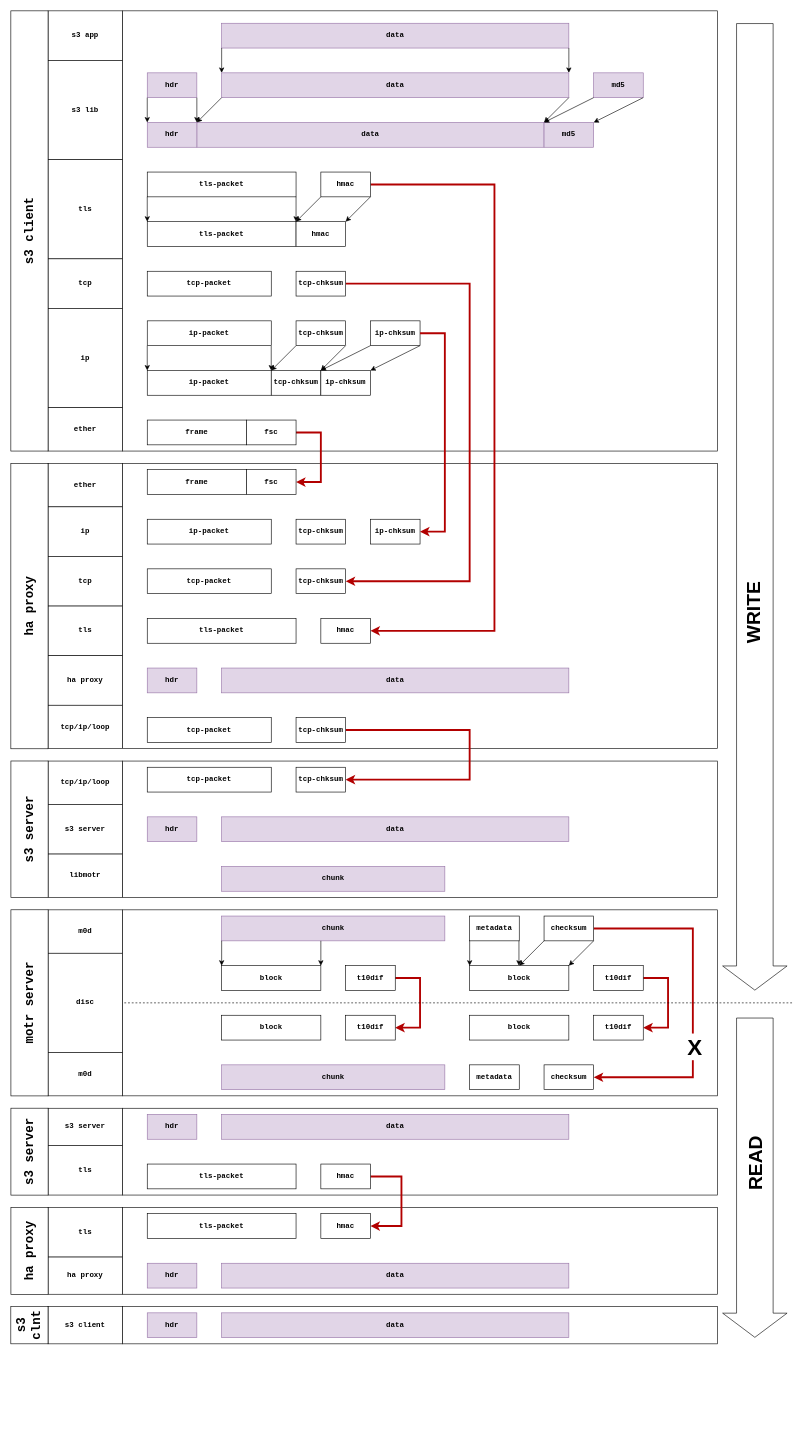
This is doc/integrity-r1.drawio from Seagate/cortx-motr, a draw.io file, before an edit. Source tidied: cells renumbered, new cells numbered last; positions are measured from the earlier drawing's top-left corner, leaving out a move shared by most shapes. Both pictures are drawn from the tidied source at 62%, with x=0, y=0 at pixel (-191, 11).
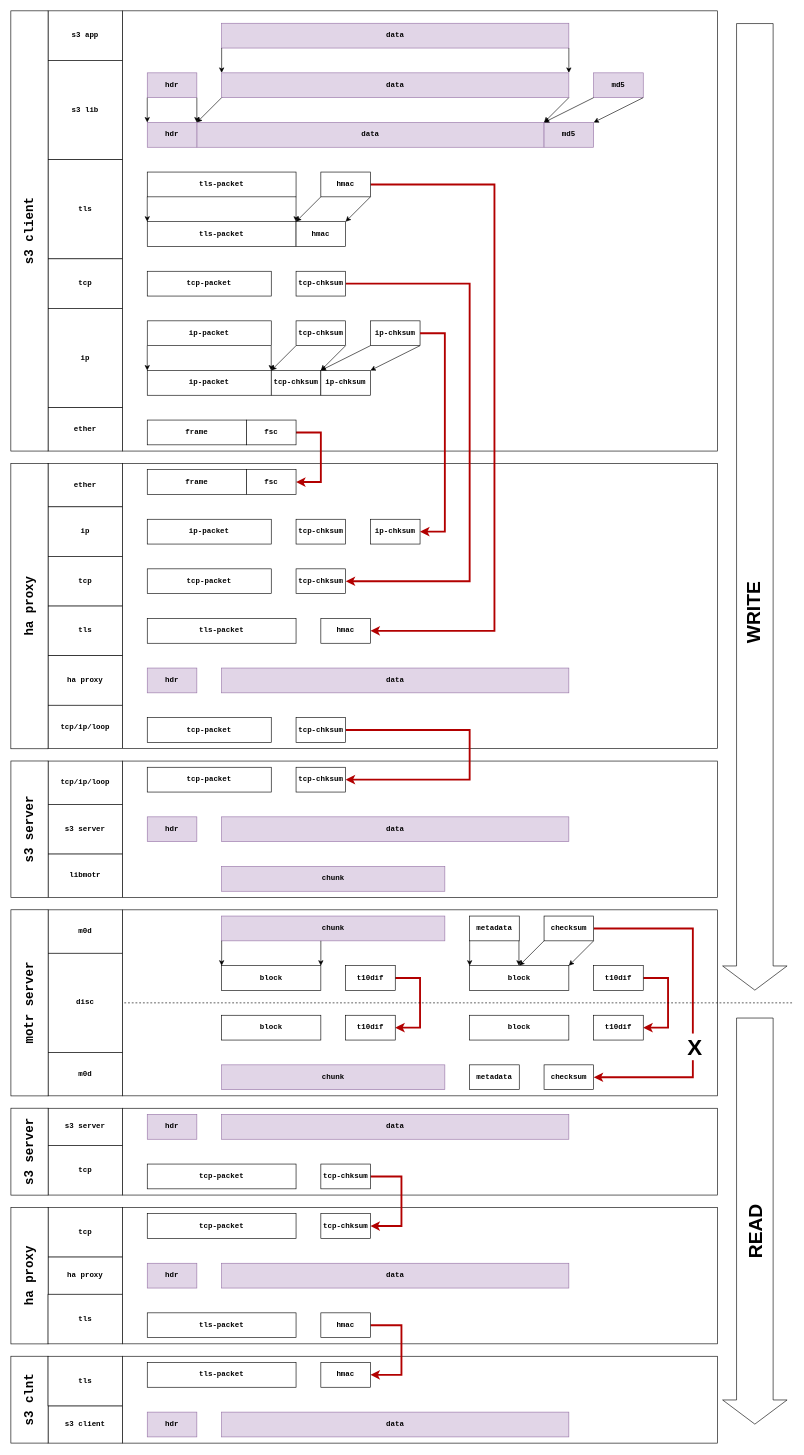
After the change.

Commit message (it also covers changes not shown here):
doc/integrity-r1.*: add tcp and tls to the read path.

Diff of the diagram source:
```diff
@@
     <mxCell id="2" style="rounded=0;whiteSpace=wrap;html=1;fontFamily=Courier New;" parent="1" vertex="1">
-      <mxGeometry x="505" y="1930" width="960" height="140" as="geometry" />
+      <mxGeometry x="505" y="1930" width="960" height="220" as="geometry" />
     </mxCell>
     <mxCell id="3" style="rounded=0;whiteSpace=wrap;html=1;fontFamily=Courier New;" parent="1" vertex="1">
-      <mxGeometry x="505" y="2090" width="960" height="60" as="geometry" />
+      <mxGeometry x="505" y="2170" width="960" height="140.1" as="geometry" />
     </mxCell>
@@
     <mxCell id="97" value="data" style="rounded=0;whiteSpace=wrap;html=1;fontFamily=Courier New;fontStyle=1;fillColor=#e1d5e7;strokeColor=#9673a6;" parent="1" vertex="1">
-      <mxGeometry x="665" y="2100" width="560" height="40" as="geometry" />
+      <mxGeometry x="665" y="2260.1" width="560" height="40" as="geometry" />
     </mxCell>
     <mxCell id="98" value="hdr" style="rounded=0;whiteSpace=wrap;html=1;fontFamily=Courier New;fontStyle=1;fillColor=#e1d5e7;strokeColor=#9673a6;" parent="1" vertex="1">
-      <mxGeometry x="545" y="2100" width="80" height="40" as="geometry" />
+      <mxGeometry x="545" y="2260.1" width="80" height="40" as="geometry" />
     </mxCell>
@@
     <mxCell id="118" value="&lt;b&gt;s3 client&lt;/b&gt;" style="rounded=0;whiteSpace=wrap;html=1;fontFamily=Courier New;" parent="1" vertex="1">
-      <mxGeometry x="385" y="2090" width="120" height="60" as="geometry" />
+      <mxGeometry x="385" y="2250.1" width="120" height="60" as="geometry" />
     </mxCell>
-    <mxCell id="119" value="tls-packet" style="rounded=0;whiteSpace=wrap;html=1;fontFamily=Courier New;fontStyle=1;" parent="1" vertex="1">
+    <mxCell id="119" value="tcp-packet" style="rounded=0;whiteSpace=wrap;html=1;fontFamily=Courier New;fontStyle=1;" parent="1" vertex="1">
       <mxGeometry x="545" y="1860" width="240" height="40" as="geometry" />
     </mxCell>
@@
-    <mxCell id="121" value="hmac" style="rounded=0;whiteSpace=wrap;html=1;fontFamily=Courier New;fontStyle=1;" parent="1" vertex="1">
+    <mxCell id="121" value="tcp-chksum" style="rounded=0;whiteSpace=wrap;html=1;fontFamily=Courier New;fontStyle=1;" parent="1" vertex="1">
       <mxGeometry x="825" y="1860" width="80" height="40" as="geometry" />
     </mxCell>
-    <mxCell id="122" value="tls-packet" style="rounded=0;whiteSpace=wrap;html=1;fontFamily=Courier New;fontStyle=1;" parent="1" vertex="1">
+    <mxCell id="122" value="tcp-packet" style="rounded=0;whiteSpace=wrap;html=1;fontFamily=Courier New;fontStyle=1;" parent="1" vertex="1">
       <mxGeometry x="545" y="1940" width="240" height="40" as="geometry" />
     </mxCell>
-    <mxCell id="123" value="hmac" style="rounded=0;whiteSpace=wrap;html=1;fontFamily=Courier New;fontStyle=1;" parent="1" vertex="1">
+    <mxCell id="123" value="tcp-chksum" style="rounded=0;whiteSpace=wrap;html=1;fontFamily=Courier New;fontStyle=1;" parent="1" vertex="1">
       <mxGeometry x="825" y="1940" width="80" height="40" as="geometry" />
     </mxCell>
-    <mxCell id="124" value="&lt;b&gt;tls&lt;/b&gt;" style="rounded=0;whiteSpace=wrap;html=1;fontFamily=Courier New;" parent="1" vertex="1">
+    <mxCell id="124" value="&lt;b&gt;tcp&lt;/b&gt;" style="rounded=0;whiteSpace=wrap;html=1;fontFamily=Courier New;" parent="1" vertex="1">
       <mxGeometry x="385" y="1830" width="120" height="80" as="geometry" />
     </mxCell>
-    <mxCell id="125" value="&lt;b&gt;tls&lt;/b&gt;" style="rounded=0;whiteSpace=wrap;html=1;fontFamily=Courier New;" parent="1" vertex="1">
+    <mxCell id="125" value="&lt;b&gt;tcp&lt;/b&gt;" style="rounded=0;whiteSpace=wrap;html=1;fontFamily=Courier New;" parent="1" vertex="1">
       <mxGeometry x="385" y="1930" width="120" height="80" as="geometry" />
     </mxCell>
@@
     <mxCell id="134" value="&lt;b&gt;&lt;font style=&quot;font-size: 20px&quot;&gt;ha proxy&lt;br&gt;&lt;/font&gt;&lt;/b&gt;" style="rounded=0;whiteSpace=wrap;html=1;fontFamily=Courier New;rotation=-90;" parent="1" vertex="1">
-      <mxGeometry x="285" y="1970" width="140.2" height="60" as="geometry" />
+      <mxGeometry x="245" y="2010" width="220.2" height="60" as="geometry" />
     </mxCell>
     <mxCell id="135" value="&lt;b&gt;&lt;font style=&quot;font-size: 20px&quot;&gt;s3 clnt&lt;br&gt;&lt;/font&gt;&lt;/b&gt;" style="rounded=0;whiteSpace=wrap;html=1;fontFamily=Courier New;rotation=-90;" parent="1" vertex="1">
-      <mxGeometry x="324.9" y="2089.9" width="60.1" height="60" as="geometry" />
+      <mxGeometry x="285" y="2210" width="140.1" height="60" as="geometry" />
     </mxCell>
@@
     <mxCell id="139" style="shape=flexArrow;endArrow=classic;html=1;endWidth=44;endSize=12.665;width=59;" parent="1" edge="1">
       <mxGeometry relative="1" as="geometry">
         <mxPoint x="1525" y="1624" as="sourcePoint" />
-        <mxPoint x="1525" y="2140" as="targetPoint" />
+        <mxPoint x="1525" y="2280" as="targetPoint" />
       </mxGeometry>
     </mxCell>
@@
+    <mxCell id="141" value="tls-packet" style="rounded=0;whiteSpace=wrap;html=1;fontFamily=Courier New;fontStyle=1;" parent="1" vertex="1">
+      <mxGeometry x="545" y="2100" width="240" height="40" as="geometry" />
+    </mxCell>
+    <mxCell id="142" style="edgeStyle=orthogonalEdgeStyle;rounded=0;jettySize=auto;html=1;exitX=1;exitY=0.5;exitDx=0;exitDy=0;entryX=1;entryY=0.5;entryDx=0;entryDy=0;strokeWidth=3;fontFamily=Courier New;fillColor=#e51400;strokeColor=#B20000;" parent="1" edge="1" source="143" target="145">
+      <mxGeometry relative="1" as="geometry">
+        <Array as="points">
+          <mxPoint x="955" y="2120" />
+          <mxPoint x="955" y="2200" />
+        </Array>
+      </mxGeometry>
+    </mxCell>
+    <mxCell id="143" value="hmac" style="rounded=0;whiteSpace=wrap;html=1;fontFamily=Courier New;fontStyle=1;" parent="1" vertex="1">
+      <mxGeometry x="825" y="2100" width="80" height="40" as="geometry" />
+    </mxCell>
+    <mxCell id="144" value="tls-packet" style="rounded=0;whiteSpace=wrap;html=1;fontFamily=Courier New;fontStyle=1;" parent="1" vertex="1">
+      <mxGeometry x="545" y="2180" width="240" height="40" as="geometry" />
+    </mxCell>
+    <mxCell id="145" value="hmac" style="rounded=0;whiteSpace=wrap;html=1;fontFamily=Courier New;fontStyle=1;" parent="1" vertex="1">
+      <mxGeometry x="825" y="2180" width="80" height="40" as="geometry" />
+    </mxCell>
+    <mxCell id="146" value="&lt;b&gt;tls&lt;/b&gt;" style="rounded=0;whiteSpace=wrap;html=1;fontFamily=Courier New;" parent="1" vertex="1">
+      <mxGeometry x="385" y="2070" width="120" height="80" as="geometry" />
+    </mxCell>
+    <mxCell id="147" value="&lt;b&gt;tls&lt;/b&gt;" style="rounded=0;whiteSpace=wrap;html=1;fontFamily=Courier New;" parent="1" vertex="1">
+      <mxGeometry x="385" y="2170" width="120" height="80" as="geometry" />
+    </mxCell>
```
